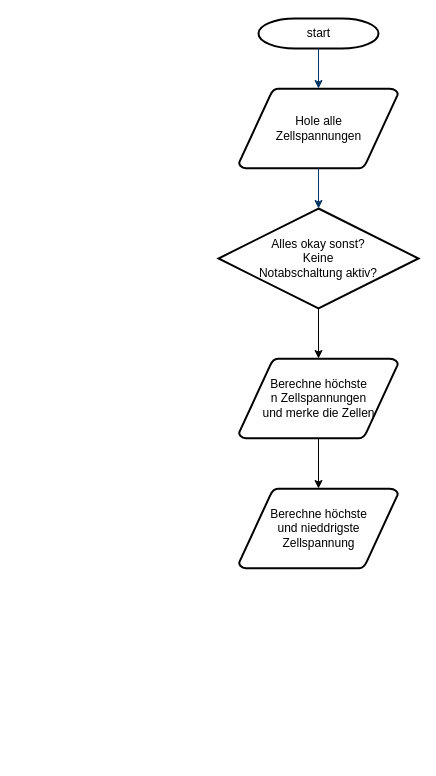
This is Balancer Flowchart.drawio from SunshadeCorp/EasyBMS-master, a draw.io file, before an edit. Source tidied: cells renumbered, new cells numbered last; positions are measured from the earlier drawing's top-left corner, leaving out a move shared by most shapes. Both pictures are drawn from the tidied source at 100%, with x=0, y=0 at pixel (218, 18).
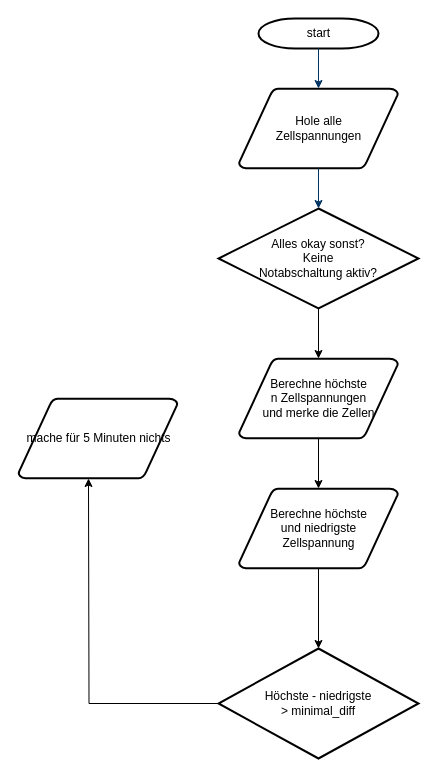
The same page after the edit.

Diff of the diagram source:
```diff
@@
 <mxGraphModel>
   <root>
     <mxCell id="0" />
     <mxCell id="1" parent="0" />
     <mxCell id="2" value="start" style="shape=mxgraph.flowchart.terminator;strokeWidth=2;gradientColor=none;gradientDirection=north;fontStyle=0;html=1;" parent="1" vertex="1">
       <mxGeometry x="40" width="120" height="30" as="geometry" />
     </mxCell>
     <mxCell id="3" value="&lt;div&gt;Hole alle &lt;br&gt;&lt;/div&gt;&lt;div&gt;Zellspannungen&lt;/div&gt;" style="shape=mxgraph.flowchart.data;strokeWidth=2;gradientColor=none;gradientDirection=north;fontStyle=0;html=1;" parent="1" vertex="1">
       <mxGeometry x="20.5" y="70" width="159" height="80" as="geometry" />
     </mxCell>
     <mxCell id="4" style="fontStyle=1;strokeColor=#003366;strokeWidth=1;html=1;" parent="1" edge="1" source="2" target="3">
       <mxGeometry relative="1" as="geometry" />
     </mxCell>
     <mxCell id="5" style="fontStyle=1;strokeColor=#003366;strokeWidth=1;html=1;" parent="1" edge="1" source="3">
       <mxGeometry relative="1" as="geometry">
         <mxPoint x="100" y="190" as="targetPoint" />
       </mxGeometry>
     </mxCell>
     <mxCell id="6" style="edgeStyle=orthogonalEdgeStyle;rounded=0;jettySize=auto;html=1;" parent="1" edge="1" source="7" target="9">
       <mxGeometry relative="1" as="geometry" />
     </mxCell>
     <mxCell id="7" value="Alles okay sonst?&lt;br&gt;&lt;div&gt;Keine &lt;br&gt;&lt;/div&gt;&lt;div&gt;Notabschaltung aktiv?&lt;/div&gt;" style="strokeWidth=2;html=1;shape=mxgraph.flowchart.decision;whiteSpace=wrap;" parent="1" vertex="1">
       <mxGeometry y="190" width="200" height="100" as="geometry" />
     </mxCell>
     <mxCell id="8" style="edgeStyle=orthogonalEdgeStyle;rounded=0;jettySize=auto;html=1;" parent="1" edge="1" source="9" target="10">
       <mxGeometry relative="1" as="geometry" />
     </mxCell>
     <mxCell id="9" value="&lt;div&gt;Berechne höchste&lt;/div&gt;&lt;div&gt; n Zellspannungen&lt;/div&gt;&lt;div&gt;und merke die Zellen&lt;br&gt;&lt;/div&gt;" style="shape=mxgraph.flowchart.data;strokeWidth=2;gradientColor=none;gradientDirection=north;fontStyle=0;html=1;" parent="1" vertex="1">
       <mxGeometry x="20.5" y="340" width="159" height="80" as="geometry" />
     </mxCell>
+    <mxCell id="11" style="edgeStyle=orthogonalEdgeStyle;rounded=0;jettySize=auto;html=1;" parent="1" edge="1" source="10" target="13">
+      <mxGeometry relative="1" as="geometry" />
+    </mxCell>
-    <mxCell id="10" value="&lt;div&gt;Berechne höchste&lt;/div&gt;&lt;div&gt;und nieddrigste&lt;/div&gt;&lt;div&gt; Zellspannung&lt;/div&gt;" style="shape=mxgraph.flowchart.data;strokeWidth=2;gradientColor=none;gradientDirection=north;fontStyle=0;html=1;" parent="1" vertex="1">
+    <mxCell id="10" value="&lt;div&gt;Berechne höchste &lt;br&gt;&lt;/div&gt;&lt;div&gt;und niedrigste&lt;/div&gt;&lt;div&gt; Zellspannung&lt;/div&gt;" style="shape=mxgraph.flowchart.data;strokeWidth=2;gradientColor=none;gradientDirection=north;fontStyle=0;html=1;" parent="1" vertex="1">
       <mxGeometry x="20.5" y="470" width="159" height="80" as="geometry" />
     </mxCell>
+    <mxCell id="12" style="edgeStyle=orthogonalEdgeStyle;rounded=0;jettySize=auto;html=1;exitX=0;exitY=0.5;exitDx=0;exitDy=0;" parent="1" edge="1" source="13">
+      <mxGeometry relative="1" as="geometry">
+        <mxPoint x="-130" y="460" as="targetPoint" />
+      </mxGeometry>
+    </mxCell>
+    <mxCell id="13" value="&lt;div&gt;Höchste - niedrigste&lt;/div&gt;&lt;div&gt; &amp;gt; minimal_diff&lt;/div&gt;" style="rhombus;whiteSpace=wrap;html=1;fontStyle=0;strokeWidth=2;gradientDirection=north;" parent="1" vertex="1">
+      <mxGeometry y="630" width="200" height="110" as="geometry" />
+    </mxCell>
+    <mxCell id="14" value="mache für 5 Minuten nichts" style="shape=mxgraph.flowchart.data;strokeWidth=2;gradientColor=none;gradientDirection=north;fontStyle=0;html=1;" parent="1" vertex="1">
+      <mxGeometry x="-200" y="380" width="159" height="80" as="geometry" />
+    </mxCell>
   </root>
 </mxGraphModel>
```
